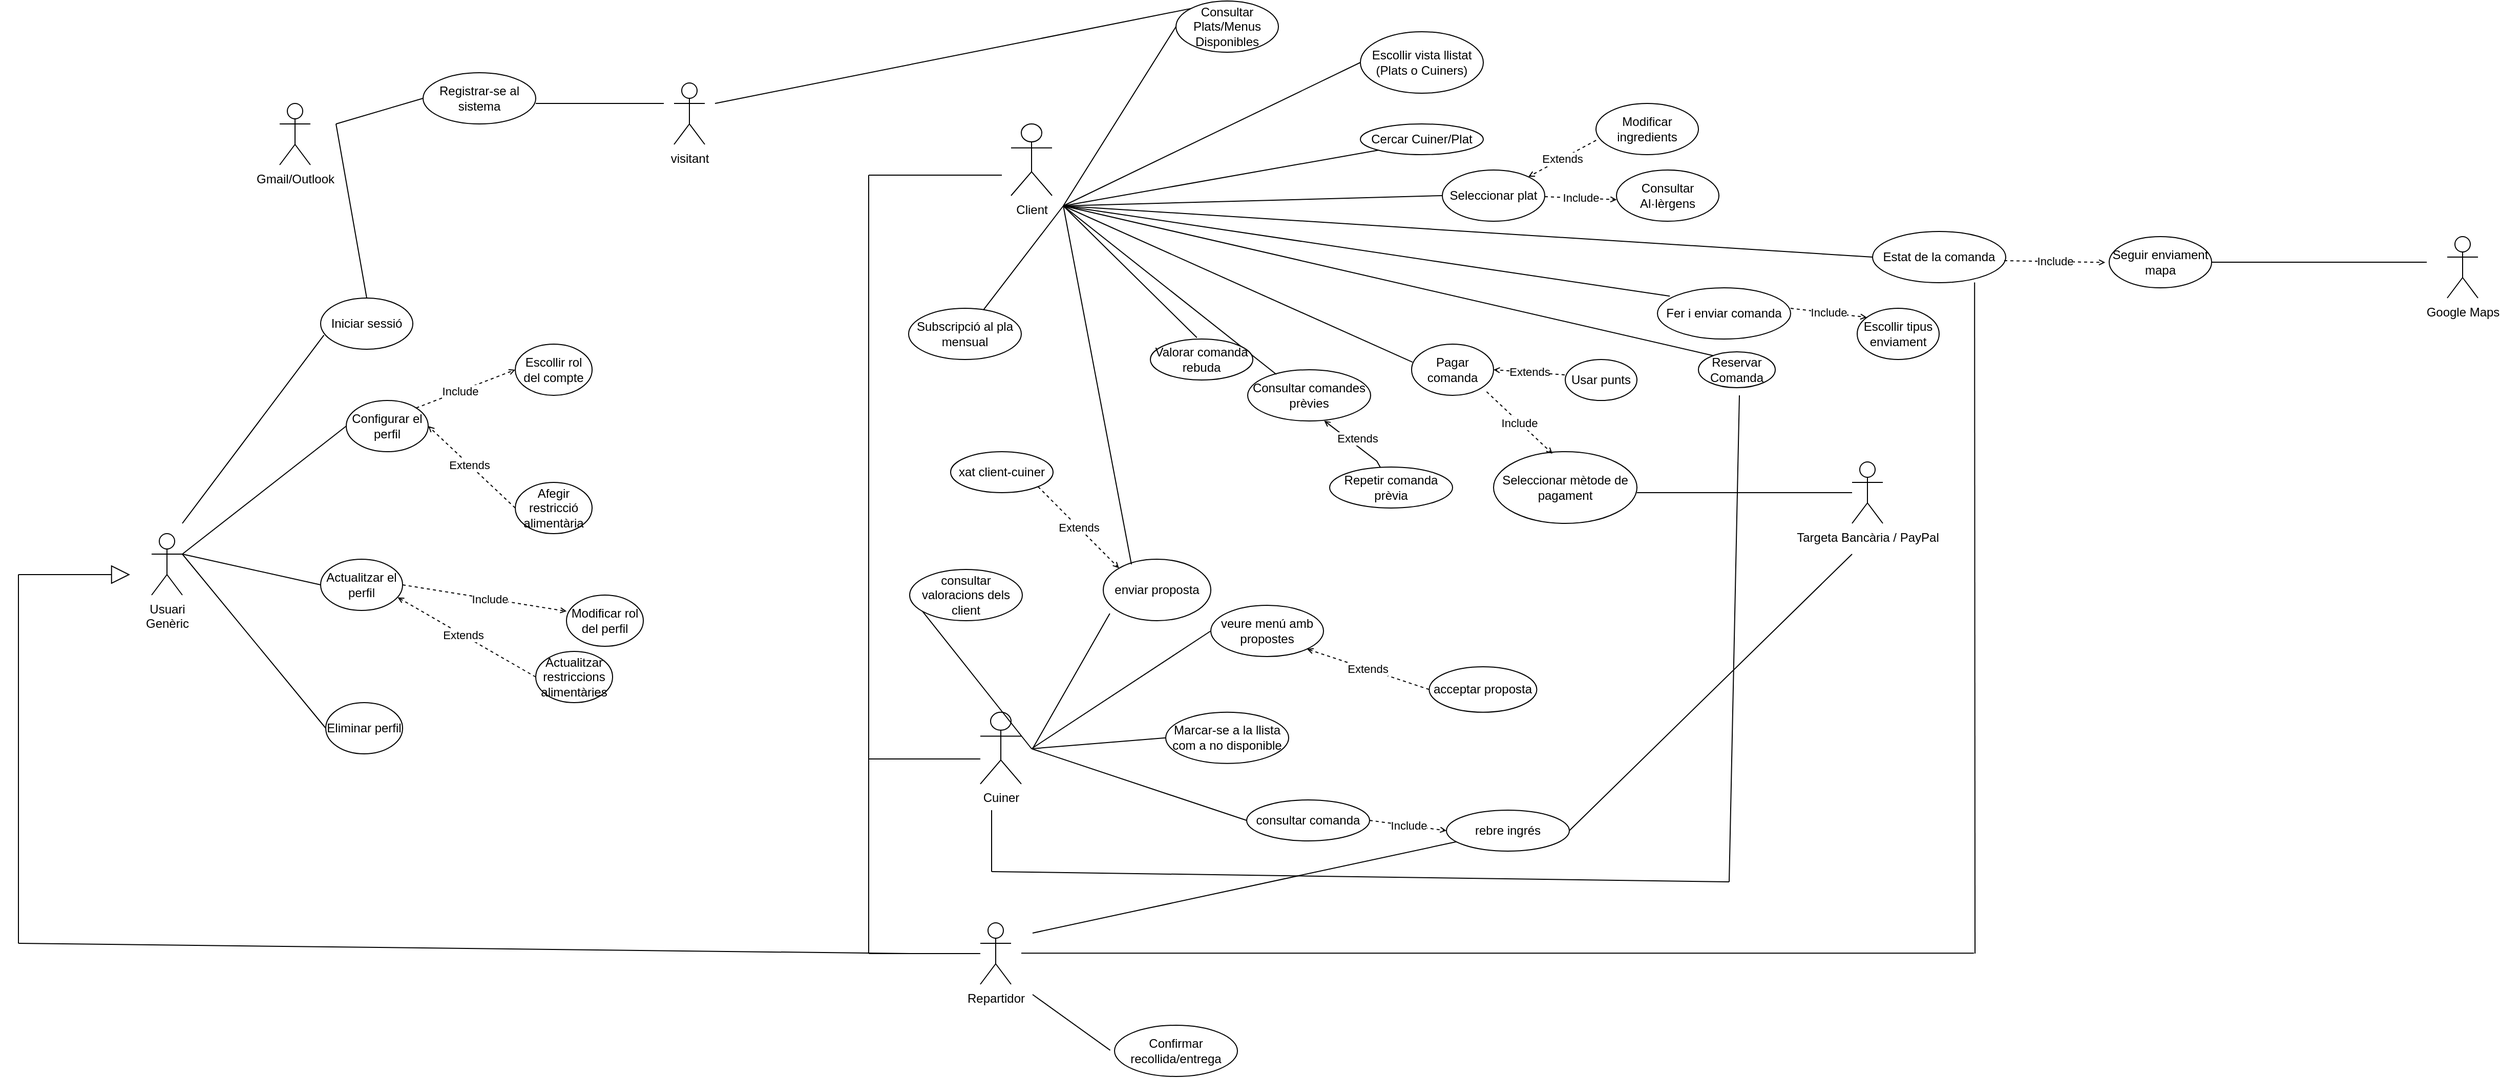
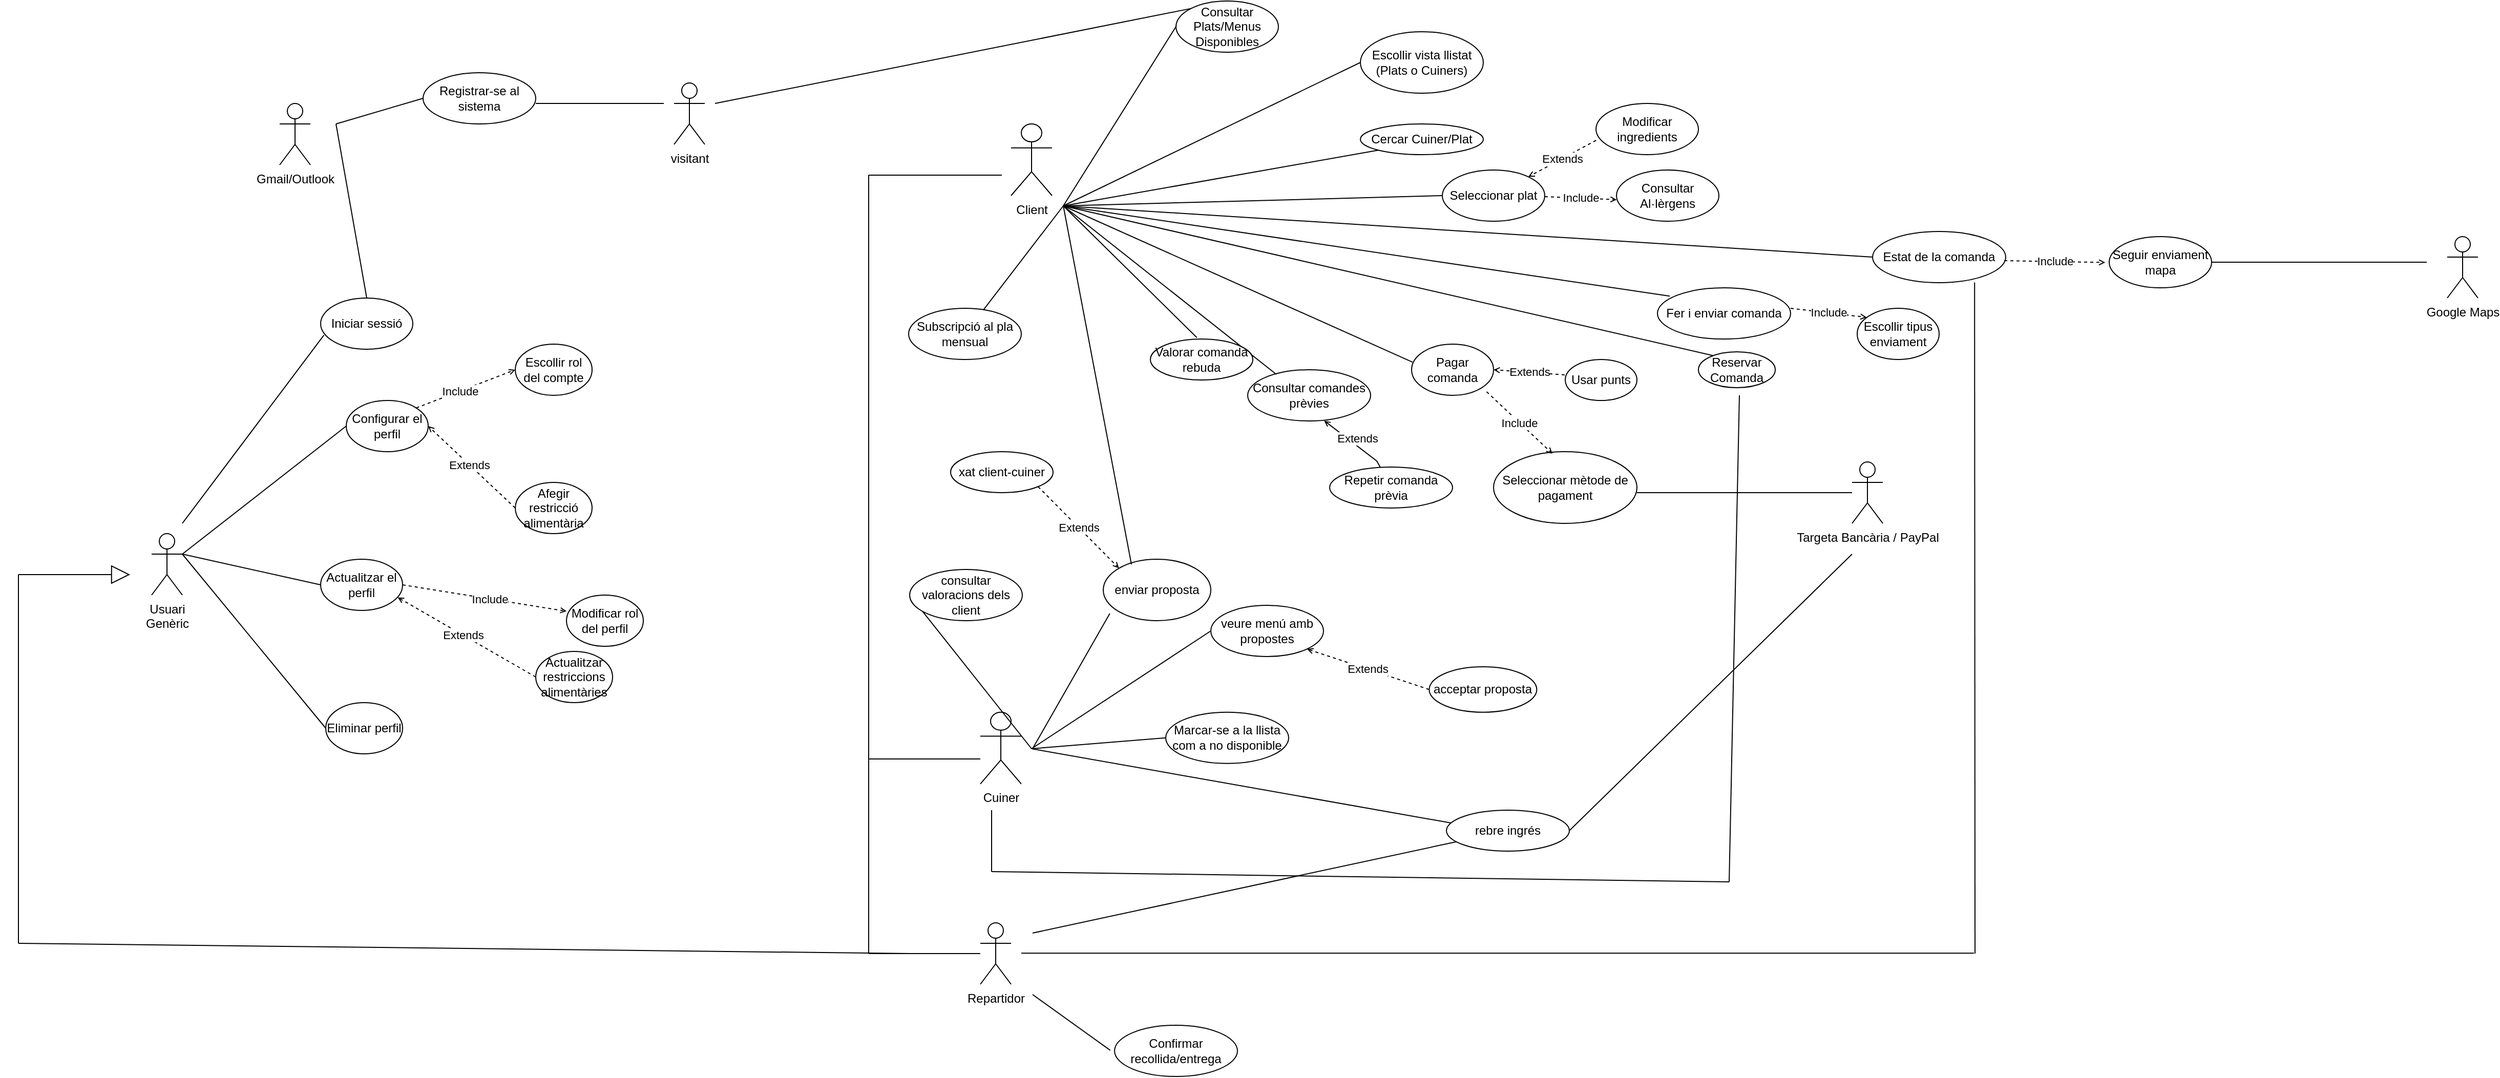
<mxfile host="Electron">
  <diagram name="Página-1" id="0Nidf0E8mdSC4pQg_gNM">
-     <mxGraphModel dx="1486" dy="452" grid="1" gridSize="10" guides="1" tooltips="1" connect="1" arrows="1" fold="1" page="1" pageScale="1" pageWidth="827" pageHeight="1169" math="0" shadow="0">
+     <mxGraphModel dx="3360" dy="1501" grid="1" gridSize="10" guides="1" tooltips="1" connect="1" arrows="1" fold="1" page="1" pageScale="1" pageWidth="827" pageHeight="1169" math="0" shadow="0">
      <root>
        <mxCell id="0" />
        <mxCell id="1" parent="0" />
        <mxCell id="X34j-RmaQOBkDingt3nB-1" parent="1" style="shape=umlActor;verticalLabelPosition=bottom;verticalAlign=top;html=1;outlineConnect=0;direction=east;" value="visitant" vertex="1">
          <mxGeometry height="60" width="30" x="540" y="110" as="geometry" />
        </mxCell>
        <mxCell id="X34j-RmaQOBkDingt3nB-2" parent="1" style="ellipse;whiteSpace=wrap;html=1;" value="Registrar-se al sistema" vertex="1">
          <mxGeometry height="50" width="110" x="295" y="100" as="geometry" />
        </mxCell>
        <mxCell id="X34j-RmaQOBkDingt3nB-6" parent="1" style="shape=umlActor;verticalLabelPosition=bottom;verticalAlign=top;html=1;outlineConnect=0;" value="Gmail/Outlook" vertex="1">
          <mxGeometry height="60" width="30" x="155" y="130" as="geometry" />
        </mxCell>
        <mxCell id="X34j-RmaQOBkDingt3nB-8" edge="1" parent="1" source="X34j-RmaQOBkDingt3nB-9" style="edgeStyle=none;shape=connector;rounded=0;orthogonalLoop=1;jettySize=auto;html=1;exitX=1;exitY=0.3333333333333333;exitDx=0;exitDy=0;entryX=0;entryY=0.5;entryDx=0;entryDy=0;strokeColor=default;align=center;verticalAlign=middle;fontFamily=Helvetica;fontSize=11;fontColor=default;labelBackgroundColor=default;endArrow=none;endFill=0;exitPerimeter=0;" target="X34j-RmaQOBkDingt3nB-18">
          <mxGeometry relative="1" as="geometry" />
        </mxCell>
        <mxCell id="X34j-RmaQOBkDingt3nB-9" parent="1" style="shape=umlActor;verticalLabelPosition=bottom;verticalAlign=top;html=1;outlineConnect=0;direction=east;" value="Usuari&lt;div&gt;Genèric&lt;/div&gt;" vertex="1">
          <mxGeometry height="60" width="30" x="30" y="550" as="geometry" />
        </mxCell>
        <mxCell id="X34j-RmaQOBkDingt3nB-16" edge="1" parent="1" source="X34j-RmaQOBkDingt3nB-22" style="edgeStyle=none;shape=connector;rounded=0;orthogonalLoop=1;jettySize=auto;html=1;exitX=0;exitY=0.5;exitDx=0;exitDy=0;entryX=1;entryY=0.5;entryDx=0;entryDy=0;strokeColor=default;align=center;verticalAlign=middle;fontFamily=Helvetica;fontSize=11;fontColor=default;labelBackgroundColor=default;endArrow=open;endFill=0;endSize=4;dashed=1;" target="X34j-RmaQOBkDingt3nB-18">
          <mxGeometry relative="1" as="geometry" />
        </mxCell>
        <mxCell id="X34j-RmaQOBkDingt3nB-17" connectable="0" parent="X34j-RmaQOBkDingt3nB-16" style="edgeLabel;html=1;align=center;verticalAlign=middle;points=[];fontFamily=Helvetica;fontSize=11;fontColor=default;labelBackgroundColor=default;rounded=0;strokeColor=default;" value="Extends" vertex="1">
          <mxGeometry relative="1" x="0.0587" as="geometry">
            <mxPoint as="offset" />
          </mxGeometry>
        </mxCell>
        <mxCell id="X34j-RmaQOBkDingt3nB-18" parent="1" style="ellipse;whiteSpace=wrap;html=1;direction=east;" value="Configurar el perfil" vertex="1">
          <mxGeometry height="50" width="80" x="220" y="420" as="geometry" />
        </mxCell>
        <mxCell id="X34j-RmaQOBkDingt3nB-21" parent="1" style="ellipse;whiteSpace=wrap;html=1;direction=east;" value="Escollir rol del compte" vertex="1">
          <mxGeometry height="50" width="75" x="385" y="365" as="geometry" />
        </mxCell>
        <mxCell id="X34j-RmaQOBkDingt3nB-22" parent="1" style="ellipse;whiteSpace=wrap;html=1;direction=east;" value="Afegir restricció alimentària" vertex="1">
          <mxGeometry height="50" width="75" x="385" y="500" as="geometry" />
        </mxCell>
        <mxCell id="X34j-RmaQOBkDingt3nB-23" edge="1" parent="1" source="X34j-RmaQOBkDingt3nB-24" style="edgeStyle=none;shape=connector;rounded=0;orthogonalLoop=1;jettySize=auto;html=1;exitX=0;exitY=0.5;exitDx=0;exitDy=0;strokeColor=default;align=center;verticalAlign=middle;fontFamily=Helvetica;fontSize=11;fontColor=default;labelBackgroundColor=default;endArrow=none;endFill=0;entryX=0;entryY=0.5;entryDx=0;entryDy=0;">
          <mxGeometry relative="1" as="geometry">
            <mxPoint x="60" y="570" as="targetPoint" />
          </mxGeometry>
        </mxCell>
        <mxCell id="X34j-RmaQOBkDingt3nB-24" parent="1" style="ellipse;whiteSpace=wrap;html=1;direction=east;" value="Eliminar perfil" vertex="1">
          <mxGeometry height="50" width="75" x="200" y="715" as="geometry" />
        </mxCell>
        <mxCell id="X34j-RmaQOBkDingt3nB-25" edge="1" parent="1" source="X34j-RmaQOBkDingt3nB-42" style="edgeStyle=none;shape=connector;rounded=0;orthogonalLoop=1;jettySize=auto;html=1;exitX=0;exitY=0.5;exitDx=0;exitDy=0;entryX=1;entryY=0.3333333333333333;entryDx=0;entryDy=0;strokeColor=default;align=center;verticalAlign=middle;fontFamily=Helvetica;fontSize=11;fontColor=default;labelBackgroundColor=default;endArrow=none;endFill=0;entryPerimeter=0;" target="X34j-RmaQOBkDingt3nB-9">
          <mxGeometry relative="1" as="geometry">
            <mxPoint x="230.00000000000136" y="845" as="sourcePoint" />
          </mxGeometry>
        </mxCell>
        <mxCell id="X34j-RmaQOBkDingt3nB-26" edge="1" parent="1" style="edgeStyle=none;shape=connector;rounded=0;orthogonalLoop=1;jettySize=auto;html=1;exitX=1;exitY=0.5;exitDx=0;exitDy=0;entryX=0;entryY=0.5;entryDx=0;entryDy=0;strokeColor=default;align=center;verticalAlign=middle;fontFamily=Helvetica;fontSize=11;fontColor=default;labelBackgroundColor=default;endArrow=open;endFill=0;endSize=4;">
          <mxGeometry relative="1" as="geometry">
            <mxPoint x="549.9999999999795" y="350" as="sourcePoint" />
          </mxGeometry>
        </mxCell>
        <mxCell id="X34j-RmaQOBkDingt3nB-38" edge="1" parent="1" source="X34j-RmaQOBkDingt3nB-46" style="edgeStyle=none;shape=connector;rounded=0;orthogonalLoop=1;jettySize=auto;html=1;exitX=0;exitY=0.5;exitDx=0;exitDy=0;entryX=0.94;entryY=0.744;entryDx=0;entryDy=0;strokeColor=default;align=center;verticalAlign=middle;fontFamily=Helvetica;fontSize=11;fontColor=default;labelBackgroundColor=default;endArrow=open;endFill=0;endSize=4;dashed=1;entryPerimeter=0;" target="X34j-RmaQOBkDingt3nB-42">
          <mxGeometry relative="1" as="geometry" />
        </mxCell>
        <mxCell id="X34j-RmaQOBkDingt3nB-39" connectable="0" parent="X34j-RmaQOBkDingt3nB-38" style="edgeLabel;html=1;align=center;verticalAlign=middle;points=[];fontFamily=Helvetica;fontSize=11;fontColor=default;labelBackgroundColor=default;rounded=0;strokeColor=default;" value="Extends" vertex="1">
          <mxGeometry relative="1" x="0.0587" as="geometry">
            <mxPoint as="offset" />
          </mxGeometry>
        </mxCell>
        <mxCell id="X34j-RmaQOBkDingt3nB-42" parent="1" style="ellipse;whiteSpace=wrap;html=1;direction=east;" value="Actualitzar el perfil" vertex="1">
          <mxGeometry height="50" width="80" x="195" y="575" as="geometry" />
        </mxCell>
        <mxCell id="X34j-RmaQOBkDingt3nB-45" parent="1" style="ellipse;whiteSpace=wrap;html=1;direction=east;" value="Modificar rol del perfil" vertex="1">
          <mxGeometry height="50" width="75" x="435" y="610" as="geometry" />
        </mxCell>
        <mxCell id="X34j-RmaQOBkDingt3nB-46" parent="1" style="ellipse;whiteSpace=wrap;html=1;direction=east;" value="Actualitzar restriccions alimentàries" vertex="1">
          <mxGeometry height="50" width="75" x="405" y="665" as="geometry" />
        </mxCell>
        <mxCell id="X34j-RmaQOBkDingt3nB-50" parent="1" style="ellipse;whiteSpace=wrap;html=1;" value="Iniciar sessió" vertex="1">
          <mxGeometry height="50" width="90" x="195" y="320" as="geometry" />
        </mxCell>
        <mxCell id="X34j-RmaQOBkDingt3nB-51" edge="1" parent="1" style="endArrow=none;html=1;rounded=0;entryX=0.036;entryY=0.724;entryDx=0;entryDy=0;entryPerimeter=0;" target="X34j-RmaQOBkDingt3nB-50" value="">
          <mxGeometry height="50" relative="1" width="50" as="geometry">
            <mxPoint x="60" y="540" as="sourcePoint" />
            <mxPoint x="110" y="490" as="targetPoint" />
          </mxGeometry>
        </mxCell>
        <mxCell id="L8pRYwOYS8yWRl4paBZv-1" parent="1" style="shape=umlActor;verticalLabelPosition=bottom;verticalAlign=top;html=1;" value="Cuiner" vertex="1">
          <mxGeometry height="70" width="40" x="839" y="724.4000000000001" as="geometry" />
        </mxCell>
        <mxCell id="L8pRYwOYS8yWRl4paBZv-2" edge="1" parent="1" source="L8pRYwOYS8yWRl4paBZv-3" style="endArrow=none;html=1;rounded=0;exitX=0;exitY=0.5;exitDx=0;exitDy=0;" value="">
          <mxGeometry height="50" relative="1" width="50" as="geometry">
            <mxPoint x="1069" y="800" as="sourcePoint" />
            <mxPoint x="889" y="760" as="targetPoint" />
          </mxGeometry>
        </mxCell>
        <mxCell id="L8pRYwOYS8yWRl4paBZv-3" parent="1" style="ellipse;whiteSpace=wrap;html=1;" value="Marcar-se a la llista com a no disponible" vertex="1">
          <mxGeometry height="50" width="120" x="1020" y="724.4" as="geometry" />
        </mxCell>
        <mxCell id="L8pRYwOYS8yWRl4paBZv-4" edge="1" parent="1" source="L8pRYwOYS8yWRl4paBZv-5" style="endArrow=none;html=1;rounded=0;exitX=0;exitY=0.5;exitDx=0;exitDy=0;" value="">
          <mxGeometry height="50" relative="1" width="50" as="geometry">
            <mxPoint x="1099" y="930" as="sourcePoint" />
            <mxPoint x="889" y="760" as="targetPoint" />
          </mxGeometry>
        </mxCell>
        <mxCell id="L8pRYwOYS8yWRl4paBZv-5" parent="1" style="ellipse;whiteSpace=wrap;html=1;" value="consultar valoracions dels client" vertex="1">
          <mxGeometry height="50" width="110" x="770" y="585" as="geometry" />
        </mxCell>
        <mxCell id="L8pRYwOYS8yWRl4paBZv-6" edge="1" parent="1" source="L8pRYwOYS8yWRl4paBZv-7" style="endArrow=none;html=1;rounded=0;exitX=0;exitY=0.5;exitDx=0;exitDy=0;" value="">
          <mxGeometry height="50" relative="1" width="50" as="geometry">
            <mxPoint x="1099" y="1010" as="sourcePoint" />
            <mxPoint x="889" y="760" as="targetPoint" />
          </mxGeometry>
        </mxCell>
        <mxCell id="L8pRYwOYS8yWRl4paBZv-7" parent="1" style="ellipse;whiteSpace=wrap;html=1;" value="&lt;div&gt;veure menú amb propostes&lt;/div&gt;" vertex="1">
          <mxGeometry height="50" width="110" x="1064" y="620" as="geometry" />
        </mxCell>
        <mxCell id="L8pRYwOYS8yWRl4paBZv-9" parent="1" style="ellipse;whiteSpace=wrap;html=1;" value="acceptar proposta" vertex="1">
          <mxGeometry height="44.4" width="105" x="1277.19" y="680" as="geometry" />
        </mxCell>
-         <mxCell id="L8pRYwOYS8yWRl4paBZv-11" edge="1" parent="1" source="L8pRYwOYS8yWRl4paBZv-12" style="endArrow=none;html=1;rounded=0;exitX=0;exitY=0.5;exitDx=0;exitDy=0;" value="">
-           <mxGeometry height="50" relative="1" width="50" as="geometry">
-             <mxPoint x="1229" y="1150" as="sourcePoint" />
+         <mxCell id="L8pRYwOYS8yWRl4paBZv-11" edge="1" parent="1" source="L8pRYwOYS8yWRl4paBZv-16" style="endArrow=none;html=1;rounded=0;exitX=0.05;exitY=0.319;exitDx=0;exitDy=0;exitPerimeter=0;" value="">
+           <mxGeometry height="50" relative="1" width="50" as="geometry">
+             <mxPoint x="1099" y="830" as="sourcePoint" />
            <mxPoint x="889" y="760" as="targetPoint" />
          </mxGeometry>
-         </mxCell>
-         <mxCell id="L8pRYwOYS8yWRl4paBZv-12" parent="1" style="ellipse;whiteSpace=wrap;html=1;" value="consultar comanda" vertex="1">
-           <mxGeometry height="40" width="120" x="1099" y="810" as="geometry" />
        </mxCell>
        <mxCell id="L8pRYwOYS8yWRl4paBZv-14" edge="1" parent="1" source="L8pRYwOYS8yWRl4paBZv-16" style="endArrow=none;html=1;rounded=0;exitX=1;exitY=0.5;exitDx=0;exitDy=0;" value="">
          <mxGeometry height="50" relative="1" width="50" as="geometry">
            <mxPoint x="1459" y="840" as="sourcePoint" />
            <mxPoint x="1690" y="570" as="targetPoint" />
          </mxGeometry>
        </mxCell>
        <mxCell id="L8pRYwOYS8yWRl4paBZv-15" edge="1" parent="1" source="L8pRYwOYS8yWRl4paBZv-9" style="endArrow=open;endSize=4;endFill=0;html=1;rounded=0;entryX=1;entryY=1;entryDx=0;entryDy=0;exitX=0;exitY=0.5;exitDx=0;exitDy=0;strokeColor=default;align=center;verticalAlign=middle;fontFamily=Helvetica;fontSize=11;fontColor=default;labelBackgroundColor=default;dashed=1;" target="L8pRYwOYS8yWRl4paBZv-7" value="Extends">
          <mxGeometry relative="1" width="160" as="geometry">
            <mxPoint x="1320" y="680" as="sourcePoint" />
            <mxPoint x="1234" y="697" as="targetPoint" />
          </mxGeometry>
        </mxCell>
        <mxCell id="L8pRYwOYS8yWRl4paBZv-16" parent="1" style="ellipse;whiteSpace=wrap;html=1;" value="rebre ingrés" vertex="1">
          <mxGeometry height="40" width="120" x="1294" y="820" as="geometry" />
-         </mxCell>
-         <mxCell id="L8pRYwOYS8yWRl4paBZv-17" edge="1" parent="1" source="L8pRYwOYS8yWRl4paBZv-12" style="endArrow=open;endSize=4;endFill=0;html=1;rounded=0;exitX=1;exitY=0.5;exitDx=0;exitDy=0;entryX=0;entryY=0.5;entryDx=0;entryDy=0;strokeColor=default;align=center;verticalAlign=middle;fontFamily=Helvetica;fontSize=11;fontColor=default;labelBackgroundColor=default;dashed=1;" target="L8pRYwOYS8yWRl4paBZv-16" value="Include">
-           <mxGeometry relative="1" width="160" as="geometry">
-             <mxPoint x="1509" y="780" as="sourcePoint" />
-             <mxPoint x="1553" y="809" as="targetPoint" />
-           </mxGeometry>
        </mxCell>
        <mxCell id="L8pRYwOYS8yWRl4paBZv-20" parent="1" style="shape=umlActor;verticalLabelPosition=bottom;verticalAlign=top;html=1;direction=east;" value="Client" vertex="1">
          <mxGeometry height="70" width="40" x="869" y="150" as="geometry" />
        </mxCell>
        <mxCell id="L8pRYwOYS8yWRl4paBZv-21" parent="1" style="shape=umlActor;verticalLabelPosition=bottom;verticalAlign=top;html=1;" value="Targeta Bancària / PayPal" vertex="1">
          <mxGeometry height="60" width="30" x="1690" y="480" as="geometry" />
        </mxCell>
        <mxCell id="L8pRYwOYS8yWRl4paBZv-22" parent="1" style="shape=umlActor;verticalLabelPosition=bottom;verticalAlign=top;html=1;direction=east;" value="Google Maps" vertex="1">
          <mxGeometry height="60" width="30" x="2271" y="260" as="geometry" />
        </mxCell>
        <mxCell id="L8pRYwOYS8yWRl4paBZv-23" parent="1" style="ellipse;whiteSpace=wrap;html=1;direction=east;" value="Consultar Plats/Menus Disponibles" vertex="1">
          <mxGeometry height="50" width="100" x="1030" y="30" as="geometry" />
        </mxCell>
        <mxCell id="L8pRYwOYS8yWRl4paBZv-24" edge="1" parent="1" style="endArrow=none;html=1;rounded=0;entryX=0;entryY=0.5;entryDx=0;entryDy=0;exitX=0;exitY=0.5;exitDx=0;exitDy=0;" target="L8pRYwOYS8yWRl4paBZv-23" value="">
          <mxGeometry height="50" relative="1" width="50" as="geometry">
            <mxPoint x="920" y="230" as="sourcePoint" />
            <mxPoint x="980" y="130" as="targetPoint" />
          </mxGeometry>
        </mxCell>
        <mxCell id="L8pRYwOYS8yWRl4paBZv-25" parent="1" style="ellipse;whiteSpace=wrap;html=1;direction=east;" value="Seleccionar plat" vertex="1">
          <mxGeometry height="50" width="100" x="1290" y="195" as="geometry" />
        </mxCell>
        <mxCell id="L8pRYwOYS8yWRl4paBZv-27" parent="1" style="ellipse;whiteSpace=wrap;html=1;direction=east;" value="Modificar ingredients" vertex="1">
          <mxGeometry height="50" width="100" x="1440" y="130" as="geometry" />
        </mxCell>
        <mxCell id="L8pRYwOYS8yWRl4paBZv-29" parent="1" style="ellipse;whiteSpace=wrap;html=1;direction=east;" value="Consultar Al·lèrgens" vertex="1">
          <mxGeometry height="50" width="100" x="1460" y="195" as="geometry" />
        </mxCell>
        <mxCell id="L8pRYwOYS8yWRl4paBZv-30" edge="1" parent="1" style="endArrow=none;html=1;rounded=0;entryX=0;entryY=0.5;entryDx=0;entryDy=0;exitX=0;exitY=0.5;exitDx=0;exitDy=0;" target="L8pRYwOYS8yWRl4paBZv-32" value="">
          <mxGeometry height="50" relative="1" width="50" as="geometry">
            <Array as="points" />
            <mxPoint x="920" y="230" as="sourcePoint" />
            <mxPoint x="1110" y="290" as="targetPoint" />
          </mxGeometry>
        </mxCell>
        <mxCell id="L8pRYwOYS8yWRl4paBZv-31" parent="1" style="ellipse;whiteSpace=wrap;html=1;direction=east;" value="Cercar Cuiner/Plat" vertex="1">
          <mxGeometry height="30" width="120" x="1210" y="150" as="geometry" />
        </mxCell>
        <mxCell id="L8pRYwOYS8yWRl4paBZv-32" parent="1" style="ellipse;whiteSpace=wrap;html=1;direction=east;" value="Escollir vista llistat&lt;div&gt;(Plats o Cuiners)&lt;/div&gt;" vertex="1">
          <mxGeometry height="60" width="120" x="1210" y="60" as="geometry" />
        </mxCell>
        <mxCell id="L8pRYwOYS8yWRl4paBZv-33" edge="1" parent="1" style="endArrow=none;html=1;rounded=0;entryX=0;entryY=1;entryDx=0;entryDy=0;exitX=0;exitY=1;exitDx=0;exitDy=0;" target="L8pRYwOYS8yWRl4paBZv-31" value="">
          <mxGeometry height="50" relative="1" width="50" as="geometry">
            <mxPoint x="920" y="230" as="sourcePoint" />
            <mxPoint x="860" y="-40" as="targetPoint" />
          </mxGeometry>
        </mxCell>
        <mxCell id="L8pRYwOYS8yWRl4paBZv-34" parent="1" style="ellipse;whiteSpace=wrap;html=1;direction=east;" value="Fer i enviar comanda" vertex="1">
          <mxGeometry height="50" width="130" x="1500" y="310" as="geometry" />
        </mxCell>
        <mxCell id="L8pRYwOYS8yWRl4paBZv-35" edge="1" parent="1" style="endArrow=none;html=1;rounded=0;entryX=0.093;entryY=0.163;entryDx=0;entryDy=0;entryPerimeter=0;exitX=0.093;exitY=0.163;exitDx=0;exitDy=0;exitPerimeter=0;" target="L8pRYwOYS8yWRl4paBZv-34" value="">
          <mxGeometry height="50" relative="1" width="50" as="geometry">
            <mxPoint x="920" y="230" as="sourcePoint" />
            <mxPoint x="1126.04" y="309.9000000000001" as="targetPoint" />
          </mxGeometry>
        </mxCell>
        <mxCell id="L8pRYwOYS8yWRl4paBZv-36" parent="1" style="ellipse;whiteSpace=wrap;html=1;direction=east;" value="Reservar Comanda" vertex="1">
          <mxGeometry height="35" width="75" x="1540" y="372.5" as="geometry" />
        </mxCell>
        <mxCell id="L8pRYwOYS8yWRl4paBZv-37" edge="1" parent="1" style="endArrow=none;html=1;rounded=0;entryX=0.193;entryY=0.106;entryDx=0;entryDy=0;entryPerimeter=0;exitX=0.193;exitY=0.106;exitDx=0;exitDy=0;exitPerimeter=0;" target="L8pRYwOYS8yWRl4paBZv-36" value="">
          <mxGeometry height="50" relative="1" width="50" as="geometry">
            <mxPoint x="920" y="230" as="sourcePoint" />
            <mxPoint x="1060" y="330" as="targetPoint" />
          </mxGeometry>
        </mxCell>
        <mxCell id="L8pRYwOYS8yWRl4paBZv-38" parent="1" style="ellipse;whiteSpace=wrap;html=1;direction=east;" value="Seguir enviament mapa" vertex="1">
          <mxGeometry height="50" width="100" x="1941" y="260" as="geometry" />
        </mxCell>
        <mxCell id="L8pRYwOYS8yWRl4paBZv-39" edge="1" parent="1" style="endArrow=none;html=1;rounded=0;" value="">
          <mxGeometry height="50" relative="1" width="50" as="geometry">
            <mxPoint x="2041" y="285" as="sourcePoint" />
            <mxPoint x="2251" y="285" as="targetPoint" />
          </mxGeometry>
        </mxCell>
        <mxCell id="L8pRYwOYS8yWRl4paBZv-40" parent="1" style="ellipse;whiteSpace=wrap;html=1;direction=east;" value="Escollir tipus enviament" vertex="1">
          <mxGeometry height="50" width="80" x="1695" y="330" as="geometry" />
        </mxCell>
        <mxCell id="L8pRYwOYS8yWRl4paBZv-41" edge="1" parent="1" style="endArrow=open;endSize=4;endFill=0;html=1;rounded=0;exitX=0.116;exitY=0.177;exitDx=0;exitDy=0;entryX=0.116;entryY=0.177;entryDx=0;entryDy=0;entryPerimeter=0;exitPerimeter=0;strokeColor=default;align=center;verticalAlign=middle;fontFamily=Helvetica;fontSize=11;fontColor=default;labelBackgroundColor=default;dashed=1;" target="L8pRYwOYS8yWRl4paBZv-40" value="Include">
          <mxGeometry relative="1" width="160" as="geometry">
            <mxPoint x="1630" y="330" as="sourcePoint" />
            <mxPoint x="1625" y="275" as="targetPoint" />
          </mxGeometry>
        </mxCell>
        <mxCell id="L8pRYwOYS8yWRl4paBZv-42" parent="1" style="ellipse;whiteSpace=wrap;html=1;direction=east;" value="Pagar comanda" vertex="1">
          <mxGeometry height="50" width="80" x="1260" y="365" as="geometry" />
        </mxCell>
        <mxCell id="L8pRYwOYS8yWRl4paBZv-43" parent="1" style="ellipse;whiteSpace=wrap;html=1;" value="Seleccionar mètode de pagament" vertex="1">
          <mxGeometry height="70" width="140" x="1340" y="470" as="geometry" />
        </mxCell>
        <mxCell id="L8pRYwOYS8yWRl4paBZv-45" edge="1" parent="1" source="L8pRYwOYS8yWRl4paBZv-42" style="endArrow=open;endSize=4;endFill=0;html=1;rounded=0;exitX=0.916;exitY=0.93;exitDx=0;exitDy=0;exitPerimeter=0;entryX=0.411;entryY=0.028;entryDx=0;entryDy=0;entryPerimeter=0;strokeColor=default;align=center;verticalAlign=middle;fontFamily=Helvetica;fontSize=11;fontColor=default;labelBackgroundColor=default;dashed=1;" target="L8pRYwOYS8yWRl4paBZv-43" value="Include">
          <mxGeometry relative="1" width="160" as="geometry">
            <Array as="points" />
            <mxPoint x="1430" y="430" as="sourcePoint" />
            <mxPoint x="1400" y="470" as="targetPoint" />
          </mxGeometry>
        </mxCell>
        <mxCell id="L8pRYwOYS8yWRl4paBZv-46" edge="1" parent="1" style="endArrow=none;html=1;rounded=0;" target="L8pRYwOYS8yWRl4paBZv-21" value="">
          <mxGeometry height="50" relative="1" width="50" as="geometry">
            <mxPoint x="1480" y="510" as="sourcePoint" />
            <mxPoint x="1360" y="450" as="targetPoint" />
          </mxGeometry>
        </mxCell>
        <mxCell id="L8pRYwOYS8yWRl4paBZv-47" parent="1" style="ellipse;whiteSpace=wrap;html=1;direction=east;" value="Consultar comandes prèvies" vertex="1">
          <mxGeometry height="50" width="120" x="1100" y="390" as="geometry" />
        </mxCell>
        <mxCell id="L8pRYwOYS8yWRl4paBZv-48" edge="1" parent="1" style="endArrow=none;html=1;rounded=0;entryX=0.233;entryY=0.09;entryDx=0;entryDy=0;entryPerimeter=0;exitX=0.233;exitY=0.09;exitDx=0;exitDy=0;exitPerimeter=0;" target="L8pRYwOYS8yWRl4paBZv-47" value="">
          <mxGeometry height="50" relative="1" width="50" as="geometry">
            <mxPoint x="920" y="230" as="sourcePoint" />
            <mxPoint x="960" y="390" as="targetPoint" />
          </mxGeometry>
        </mxCell>
        <mxCell id="L8pRYwOYS8yWRl4paBZv-49" edge="1" parent="1" style="endArrow=none;html=1;rounded=0;entryX=0;entryY=0.5;entryDx=0;entryDy=0;exitX=0;exitY=0.5;exitDx=0;exitDy=0;" target="L8pRYwOYS8yWRl4paBZv-25" value="">
          <mxGeometry height="50" relative="1" width="50" as="geometry">
            <mxPoint x="920" y="230" as="sourcePoint" />
            <mxPoint x="1010" y="170" as="targetPoint" />
          </mxGeometry>
        </mxCell>
        <mxCell id="L8pRYwOYS8yWRl4paBZv-51" edge="1" parent="1" source="L8pRYwOYS8yWRl4paBZv-52" style="endArrow=open;endSize=4;endFill=0;html=1;rounded=0;exitX=0.421;exitY=0.054;exitDx=0;exitDy=0;exitPerimeter=0;entryX=0.622;entryY=0.994;entryDx=0;entryDy=0;entryPerimeter=0;strokeColor=default;align=center;verticalAlign=middle;fontFamily=Helvetica;fontSize=11;fontColor=default;labelBackgroundColor=default;" target="L8pRYwOYS8yWRl4paBZv-47" value="Extends">
          <mxGeometry relative="1" width="160" x="0.015" y="-6" as="geometry">
            <mxPoint as="offset" />
            <Array as="points">
              <mxPoint x="1226" y="479.1399999999999" />
            </Array>
            <mxPoint x="1226" y="480" as="sourcePoint" />
            <mxPoint x="1200" y="439.1399999999999" as="targetPoint" />
          </mxGeometry>
        </mxCell>
        <mxCell id="L8pRYwOYS8yWRl4paBZv-52" parent="1" style="ellipse;whiteSpace=wrap;html=1;" value="Repetir comanda prèvia" vertex="1">
          <mxGeometry height="40" width="120" x="1180" y="485" as="geometry" />
        </mxCell>
        <mxCell id="L8pRYwOYS8yWRl4paBZv-53" parent="1" style="ellipse;whiteSpace=wrap;html=1;direction=east;" value="Valorar comanda rebuda" vertex="1">
          <mxGeometry height="40" width="100" x="1005" y="360" as="geometry" />
        </mxCell>
        <mxCell id="L8pRYwOYS8yWRl4paBZv-54" edge="1" parent="1" source="L8pRYwOYS8yWRl4paBZv-53" style="endArrow=none;html=1;rounded=0;exitX=0.454;exitY=-0.035;exitDx=0;exitDy=0;exitPerimeter=0;entryX=0.454;entryY=-0.035;entryDx=0;entryDy=0;entryPerimeter=0;" value="">
          <mxGeometry height="50" relative="1" width="50" as="geometry">
            <mxPoint x="920" y="400" as="sourcePoint" />
            <mxPoint x="920" y="230" as="targetPoint" />
          </mxGeometry>
        </mxCell>
        <mxCell id="L8pRYwOYS8yWRl4paBZv-55" parent="1" style="ellipse;whiteSpace=wrap;html=1;" value="Subscripció al pla mensual" vertex="1">
          <mxGeometry height="50" width="110" x="769" y="330" as="geometry" />
        </mxCell>
        <mxCell id="L8pRYwOYS8yWRl4paBZv-57" edge="1" parent="1" source="L8pRYwOYS8yWRl4paBZv-55" style="endArrow=none;html=1;rounded=0;" value="">
          <mxGeometry height="50" relative="1" width="50" as="geometry">
            <mxPoint x="910" y="372.5" as="sourcePoint" />
            <mxPoint x="920" y="230" as="targetPoint" />
          </mxGeometry>
        </mxCell>
        <mxCell id="L8pRYwOYS8yWRl4paBZv-59" parent="1" style="shape=umlActor;verticalLabelPosition=bottom;verticalAlign=top;html=1;" value="Repartidor" vertex="1">
          <mxGeometry height="60" width="30" x="839" y="930" as="geometry" />
        </mxCell>
        <mxCell id="L8pRYwOYS8yWRl4paBZv-60" parent="1" style="ellipse;whiteSpace=wrap;html=1;" value="Confirmar recollida/entrega" vertex="1">
          <mxGeometry height="50" width="120" x="970" y="1030" as="geometry" />
        </mxCell>
        <mxCell id="L8pRYwOYS8yWRl4paBZv-61" edge="1" parent="1" style="endArrow=none;html=1;rounded=0;entryX=-0.035;entryY=0.489;entryDx=0;entryDy=0;entryPerimeter=0;" target="L8pRYwOYS8yWRl4paBZv-60" value="">
          <mxGeometry height="50" relative="1" width="50" as="geometry">
            <mxPoint x="890" y="1000" as="sourcePoint" />
            <mxPoint x="960" y="1000" as="targetPoint" />
          </mxGeometry>
        </mxCell>
        <mxCell id="L8pRYwOYS8yWRl4paBZv-62" edge="1" parent="1" style="endArrow=none;html=1;rounded=0;" target="L8pRYwOYS8yWRl4paBZv-16" value="">
          <mxGeometry height="50" relative="1" width="50" as="geometry">
            <mxPoint x="890" y="940" as="sourcePoint" />
            <mxPoint x="1033.3000000000002" y="928.1200000000003" as="targetPoint" />
          </mxGeometry>
        </mxCell>
        <mxCell id="L8pRYwOYS8yWRl4paBZv-69" edge="1" parent="1" style="endArrow=none;html=1;rounded=0;" value="">
          <mxGeometry height="50" relative="1" width="50" as="geometry">
            <mxPoint x="730" y="960" as="sourcePoint" />
            <mxPoint x="839" y="960" as="targetPoint" />
          </mxGeometry>
        </mxCell>
        <mxCell id="L8pRYwOYS8yWRl4paBZv-71" edge="1" parent="1" style="endArrow=none;html=1;rounded=0;" value="">
          <mxGeometry height="50" relative="1" width="50" as="geometry">
            <mxPoint x="-100" y="950" as="sourcePoint" />
            <mxPoint x="-100" y="590" as="targetPoint" />
          </mxGeometry>
        </mxCell>
        <mxCell id="L8pRYwOYS8yWRl4paBZv-72" edge="1" parent="1" style="endArrow=none;html=1;rounded=0;" value="">
          <mxGeometry height="50" relative="1" width="50" as="geometry">
            <mxPoint x="730" y="200" as="sourcePoint" />
            <mxPoint x="860" y="200" as="targetPoint" />
          </mxGeometry>
        </mxCell>
        <mxCell id="L8pRYwOYS8yWRl4paBZv-73" edge="1" parent="1" style="endArrow=none;html=1;rounded=0;" value="">
          <mxGeometry height="50" relative="1" width="50" as="geometry">
            <mxPoint x="730" y="770" as="sourcePoint" />
            <mxPoint x="839" y="770" as="targetPoint" />
          </mxGeometry>
        </mxCell>
        <mxCell id="L8pRYwOYS8yWRl4paBZv-74" edge="1" parent="1" style="endArrow=block;endSize=16;endFill=0;html=1;rounded=0;" value="">
          <mxGeometry relative="1" width="160" as="geometry">
            <mxPoint x="-100" y="590" as="sourcePoint" />
            <mxPoint x="9" y="590" as="targetPoint" />
          </mxGeometry>
        </mxCell>
        <mxCell id="o6z-8veLtRSEtCsWWEia-1" edge="1" parent="1" style="endArrow=none;html=1;rounded=0;" value="">
          <mxGeometry height="50" relative="1" width="50" as="geometry">
            <mxPoint x="-100" y="950" as="sourcePoint" />
            <mxPoint x="770" y="960" as="targetPoint" />
          </mxGeometry>
        </mxCell>
        <mxCell id="o6z-8veLtRSEtCsWWEia-2" edge="1" parent="1" style="endArrow=none;html=1;rounded=0;" value="">
          <mxGeometry height="50" relative="1" width="50" as="geometry">
            <mxPoint x="730" y="960" as="sourcePoint" />
            <mxPoint x="730" y="200" as="targetPoint" />
          </mxGeometry>
        </mxCell>
        <mxCell id="BeZXyclNrSwwSDGvmV8Q-4" edge="1" parent="1" source="X34j-RmaQOBkDingt3nB-18" style="rounded=0;orthogonalLoop=1;jettySize=auto;html=1;exitX=1;exitY=0;exitDx=0;exitDy=0;entryX=0;entryY=0.5;entryDx=0;entryDy=0;endArrow=open;endFill=0;strokeColor=default;align=center;verticalAlign=middle;fontFamily=Helvetica;fontSize=11;fontColor=default;labelBackgroundColor=default;endSize=4;dashed=1;" target="X34j-RmaQOBkDingt3nB-21">
          <mxGeometry relative="1" as="geometry">
            <mxPoint x="550" y="500" as="sourcePoint" />
            <mxPoint x="710" y="410" as="targetPoint" />
          </mxGeometry>
        </mxCell>
        <mxCell id="BeZXyclNrSwwSDGvmV8Q-5" connectable="0" parent="BeZXyclNrSwwSDGvmV8Q-4" style="edgeLabel;html=1;align=center;verticalAlign=middle;points=[];fontFamily=Helvetica;fontSize=11;fontColor=default;labelBackgroundColor=default;rounded=0;strokeColor=default;" value="Include" vertex="1">
          <mxGeometry relative="1" x="-0.1233" as="geometry">
            <mxPoint as="offset" />
          </mxGeometry>
        </mxCell>
        <mxCell id="BeZXyclNrSwwSDGvmV8Q-8" edge="1" parent="1" style="endArrow=none;html=1;rounded=0;entryX=0.011;entryY=0.351;entryDx=0;entryDy=0;entryPerimeter=0;" target="L8pRYwOYS8yWRl4paBZv-42" value="">
          <mxGeometry height="50" relative="1" width="50" as="geometry">
            <mxPoint x="920" y="230" as="sourcePoint" />
            <mxPoint x="970" y="180" as="targetPoint" />
          </mxGeometry>
        </mxCell>
        <mxCell id="BeZXyclNrSwwSDGvmV8Q-9" edge="1" parent="1" style="endArrow=open;endSize=4;endFill=0;html=1;rounded=0;exitX=0.116;exitY=0.177;exitDx=0;exitDy=0;entryX=0.002;entryY=0.579;entryDx=0;entryDy=0;entryPerimeter=0;exitPerimeter=0;strokeColor=default;align=center;verticalAlign=middle;fontFamily=Helvetica;fontSize=11;fontColor=default;labelBackgroundColor=default;dashed=1;" target="L8pRYwOYS8yWRl4paBZv-29" value="Include">
          <mxGeometry relative="1" width="160" as="geometry">
            <mxPoint x="1390" y="221" as="sourcePoint" />
            <mxPoint x="1434" y="250" as="targetPoint" />
          </mxGeometry>
        </mxCell>
        <mxCell id="BeZXyclNrSwwSDGvmV8Q-11" parent="1" style="ellipse;whiteSpace=wrap;html=1;direction=east;" value="Estat de la comanda" vertex="1">
          <mxGeometry height="50" width="130" x="1710" y="255" as="geometry" />
        </mxCell>
        <mxCell id="BeZXyclNrSwwSDGvmV8Q-12" edge="1" parent="1" style="endArrow=none;html=1;rounded=0;entryX=0;entryY=0.5;entryDx=0;entryDy=0;" target="BeZXyclNrSwwSDGvmV8Q-11" value="">
          <mxGeometry height="50" relative="1" width="50" as="geometry">
            <mxPoint x="920" y="230" as="sourcePoint" />
            <mxPoint x="970" y="180" as="targetPoint" />
          </mxGeometry>
        </mxCell>
        <mxCell id="BeZXyclNrSwwSDGvmV8Q-13" edge="1" parent="1" style="endArrow=open;endSize=4;endFill=0;html=1;rounded=0;exitX=0.116;exitY=0.177;exitDx=0;exitDy=0;entryX=-0.039;entryY=0.505;entryDx=0;entryDy=0;entryPerimeter=0;exitPerimeter=0;strokeColor=default;align=center;verticalAlign=middle;fontFamily=Helvetica;fontSize=11;fontColor=default;labelBackgroundColor=default;dashed=1;" target="L8pRYwOYS8yWRl4paBZv-38" value="Include">
          <mxGeometry relative="1" width="160" as="geometry">
            <mxPoint x="1838.5" y="283.5" as="sourcePoint" />
            <mxPoint x="1908.5" y="286.5" as="targetPoint" />
          </mxGeometry>
        </mxCell>
        <mxCell id="BeZXyclNrSwwSDGvmV8Q-18" edge="1" parent="1" style="endArrow=none;html=1;rounded=0;" value="">
          <mxGeometry height="50" relative="1" width="50" as="geometry">
            <mxPoint x="879" y="959.68" as="sourcePoint" />
            <mxPoint x="1809" y="959.68" as="targetPoint" />
          </mxGeometry>
        </mxCell>
        <mxCell id="BeZXyclNrSwwSDGvmV8Q-19" parent="1" style="ellipse;whiteSpace=wrap;html=1;" value="enviar proposta" vertex="1">
          <mxGeometry height="60" width="105" x="959" y="575" as="geometry" />
        </mxCell>
        <mxCell id="BeZXyclNrSwwSDGvmV8Q-20" edge="1" parent="1" style="endArrow=none;html=1;rounded=0;entryX=0.061;entryY=0.883;entryDx=0;entryDy=0;entryPerimeter=0;" target="BeZXyclNrSwwSDGvmV8Q-19" value="">
          <mxGeometry height="50" relative="1" width="50" as="geometry">
            <mxPoint x="890" y="760" as="sourcePoint" />
            <mxPoint x="940" y="705" as="targetPoint" />
          </mxGeometry>
        </mxCell>
        <mxCell id="BeZXyclNrSwwSDGvmV8Q-21" edge="1" parent="1" style="endArrow=none;html=1;rounded=0;" value="">
          <mxGeometry height="50" relative="1" width="50" as="geometry">
            <mxPoint x="986.5" y="580" as="sourcePoint" />
            <mxPoint x="920" y="230" as="targetPoint" />
          </mxGeometry>
        </mxCell>
        <mxCell id="qmEoioVCjLr7zOWGXT4S-2" edge="1" parent="1" style="endArrow=none;html=1;rounded=0;entryX=0.766;entryY=0.994;entryDx=0;entryDy=0;entryPerimeter=0;" target="BeZXyclNrSwwSDGvmV8Q-11" value="">
          <mxGeometry height="50" relative="1" width="50" as="geometry">
            <mxPoint x="1810" y="960" as="sourcePoint" />
            <mxPoint x="1810" y="900" as="targetPoint" />
          </mxGeometry>
        </mxCell>
        <mxCell id="qmEoioVCjLr7zOWGXT4S-6" edge="1" parent="1" style="endArrow=none;html=1;rounded=0;" value="">
          <mxGeometry height="50" relative="1" width="50" as="geometry">
            <mxPoint x="405" y="130" as="sourcePoint" />
            <mxPoint x="530" y="130" as="targetPoint" />
          </mxGeometry>
        </mxCell>
        <mxCell id="qmEoioVCjLr7zOWGXT4S-7" edge="1" parent="1" style="endArrow=none;html=1;rounded=0;entryX=0;entryY=0.5;entryDx=0;entryDy=0;" target="X34j-RmaQOBkDingt3nB-2" value="">
          <mxGeometry height="50" relative="1" width="50" as="geometry">
            <mxPoint x="210" y="150" as="sourcePoint" />
            <mxPoint x="260" y="100" as="targetPoint" />
          </mxGeometry>
        </mxCell>
        <mxCell id="qmEoioVCjLr7zOWGXT4S-8" edge="1" parent="1" source="X34j-RmaQOBkDingt3nB-50" style="endArrow=none;html=1;rounded=0;exitX=0.5;exitY=0;exitDx=0;exitDy=0;" value="">
          <mxGeometry height="50" relative="1" width="50" as="geometry">
            <mxPoint x="160" y="200" as="sourcePoint" />
            <mxPoint x="210" y="150" as="targetPoint" />
          </mxGeometry>
        </mxCell>
        <mxCell id="qmEoioVCjLr7zOWGXT4S-9" edge="1" parent="1" style="endArrow=none;html=1;rounded=0;entryX=0;entryY=0;entryDx=0;entryDy=0;" target="L8pRYwOYS8yWRl4paBZv-23" value="">
          <mxGeometry height="50" relative="1" width="50" as="geometry">
            <mxPoint x="580" y="130" as="sourcePoint" />
            <mxPoint x="630" y="80" as="targetPoint" />
          </mxGeometry>
        </mxCell>
        <mxCell id="qmEoioVCjLr7zOWGXT4S-10" edge="1" parent="1" source="qmEoioVCjLr7zOWGXT4S-11" style="endArrow=open;endSize=4;endFill=0;html=1;rounded=0;entryX=1;entryY=0.5;entryDx=0;entryDy=0;strokeColor=default;align=center;verticalAlign=middle;fontFamily=Helvetica;fontSize=11;fontColor=default;labelBackgroundColor=default;dashed=1;exitX=-0.008;exitY=0.374;exitDx=0;exitDy=0;exitPerimeter=0;" target="L8pRYwOYS8yWRl4paBZv-42" value="Extends">
          <mxGeometry relative="1" width="160" as="geometry">
            <mxPoint x="1400" y="410" as="sourcePoint" />
            <mxPoint x="1390" y="400" as="targetPoint" />
          </mxGeometry>
        </mxCell>
        <mxCell id="qmEoioVCjLr7zOWGXT4S-11" parent="1" style="ellipse;whiteSpace=wrap;html=1;" value="Usar punts" vertex="1">
          <mxGeometry height="40" width="70" x="1410" y="380" as="geometry" />
        </mxCell>
        <mxCell id="lKfYyP8IhmuC1iitikGq-3" edge="1" parent="1" source="lKfYyP8IhmuC1iitikGq-4" style="endArrow=open;endSize=4;endFill=0;html=1;rounded=0;strokeColor=default;align=center;verticalAlign=middle;fontFamily=Helvetica;fontSize=11;fontColor=default;labelBackgroundColor=default;dashed=1;exitX=1;exitY=1;exitDx=0;exitDy=0;entryX=0;entryY=0;entryDx=0;entryDy=0;" target="BeZXyclNrSwwSDGvmV8Q-19" value="Extends">
          <mxGeometry relative="1" width="160" as="geometry">
            <mxPoint x="830" y="500" as="sourcePoint" />
            <mxPoint x="860" y="580" as="targetPoint" />
          </mxGeometry>
        </mxCell>
        <mxCell id="lKfYyP8IhmuC1iitikGq-4" parent="1" style="ellipse;whiteSpace=wrap;html=1;" value="xat client-cuiner" vertex="1">
          <mxGeometry height="40" width="100" x="810" y="470" as="geometry" />
        </mxCell>
        <mxCell id="lKfYyP8IhmuC1iitikGq-5" edge="1" parent="1" source="X34j-RmaQOBkDingt3nB-42" style="edgeStyle=none;shape=connector;rounded=0;orthogonalLoop=1;jettySize=auto;html=1;entryX=0.001;entryY=0.316;entryDx=0;entryDy=0;strokeColor=default;align=center;verticalAlign=middle;fontFamily=Helvetica;fontSize=11;fontColor=default;labelBackgroundColor=default;endArrow=open;endFill=0;endSize=4;dashed=1;entryPerimeter=0;exitX=1;exitY=0.5;exitDx=0;exitDy=0;" target="X34j-RmaQOBkDingt3nB-45">
          <mxGeometry relative="1" as="geometry">
            <mxPoint x="340" y="560" as="sourcePoint" />
            <mxPoint x="275" y="596" as="targetPoint" />
          </mxGeometry>
        </mxCell>
        <mxCell id="lKfYyP8IhmuC1iitikGq-6" connectable="0" parent="lKfYyP8IhmuC1iitikGq-5" style="edgeLabel;html=1;align=center;verticalAlign=middle;points=[];fontFamily=Helvetica;fontSize=11;fontColor=default;labelBackgroundColor=default;rounded=0;strokeColor=default;" value="Include" vertex="1">
          <mxGeometry relative="1" x="0.0587" as="geometry">
            <mxPoint as="offset" />
          </mxGeometry>
        </mxCell>
        <mxCell id="lKfYyP8IhmuC1iitikGq-7" edge="1" parent="1" style="endArrow=none;html=1;rounded=0;" value="">
          <mxGeometry height="50" relative="1" width="50" as="geometry">
            <mxPoint x="1570" y="890" as="sourcePoint" />
            <mxPoint x="1580" y="415" as="targetPoint" />
          </mxGeometry>
        </mxCell>
        <mxCell id="lKfYyP8IhmuC1iitikGq-8" edge="1" parent="1" style="endArrow=none;html=1;rounded=0;" value="">
          <mxGeometry height="50" relative="1" width="50" as="geometry">
            <mxPoint x="850" y="880" as="sourcePoint" />
            <mxPoint x="1570" y="890" as="targetPoint" />
          </mxGeometry>
        </mxCell>
        <mxCell id="lKfYyP8IhmuC1iitikGq-9" edge="1" parent="1" style="endArrow=none;html=1;rounded=0;" value="">
          <mxGeometry height="50" relative="1" width="50" as="geometry">
            <mxPoint x="850" y="880" as="sourcePoint" />
            <mxPoint x="850" y="820" as="targetPoint" />
          </mxGeometry>
        </mxCell>
        <mxCell id="B4EL7UxaMIWHxGcMtTaa-1" edge="1" parent="1" source="L8pRYwOYS8yWRl4paBZv-27" style="endArrow=open;endSize=4;endFill=0;html=1;rounded=0;strokeColor=default;align=center;verticalAlign=middle;fontFamily=Helvetica;fontSize=11;fontColor=default;labelBackgroundColor=default;dashed=1;exitX=0.001;exitY=0.72;exitDx=0;exitDy=0;exitPerimeter=0;" target="L8pRYwOYS8yWRl4paBZv-25" value="Extends">
          <mxGeometry relative="1" width="160" as="geometry">
            <mxPoint x="1419" y="175" as="sourcePoint" />
            <mxPoint x="1350" y="170" as="targetPoint" />
          </mxGeometry>
        </mxCell>
      </root>
    </mxGraphModel>
  </diagram>
</mxfile>
